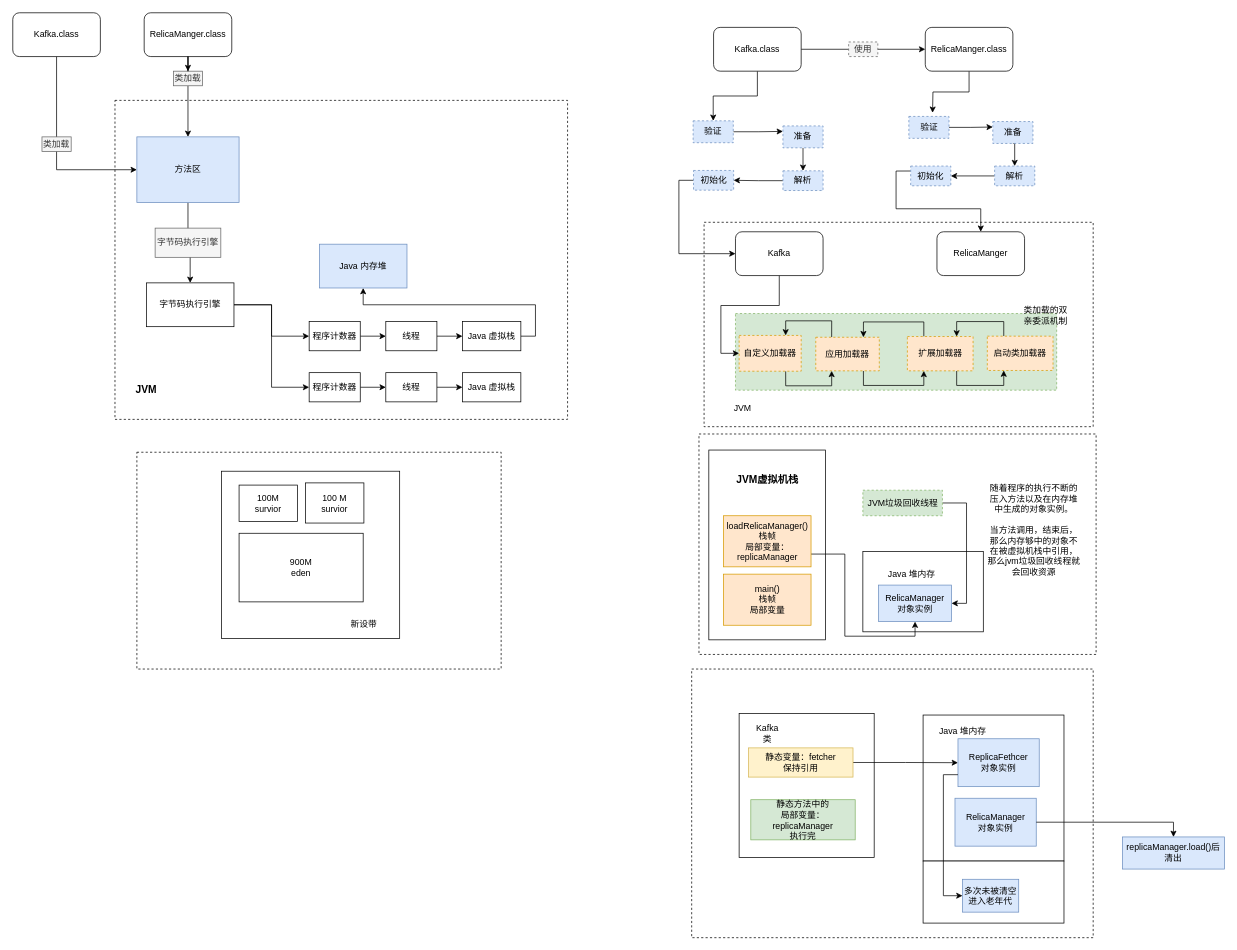
This is JVM_Note.drawio from lzdong0714/note, a draw.io file, before an edit. Source tidied: cells renumbered, new cells numbered last; positions are measured from the earlier drawing's top-left corner, leaving out a move shared by most shapes. Both pictures are drawn from the tidied source at 73%, with x=0, y=0 at pixel (12, 12).
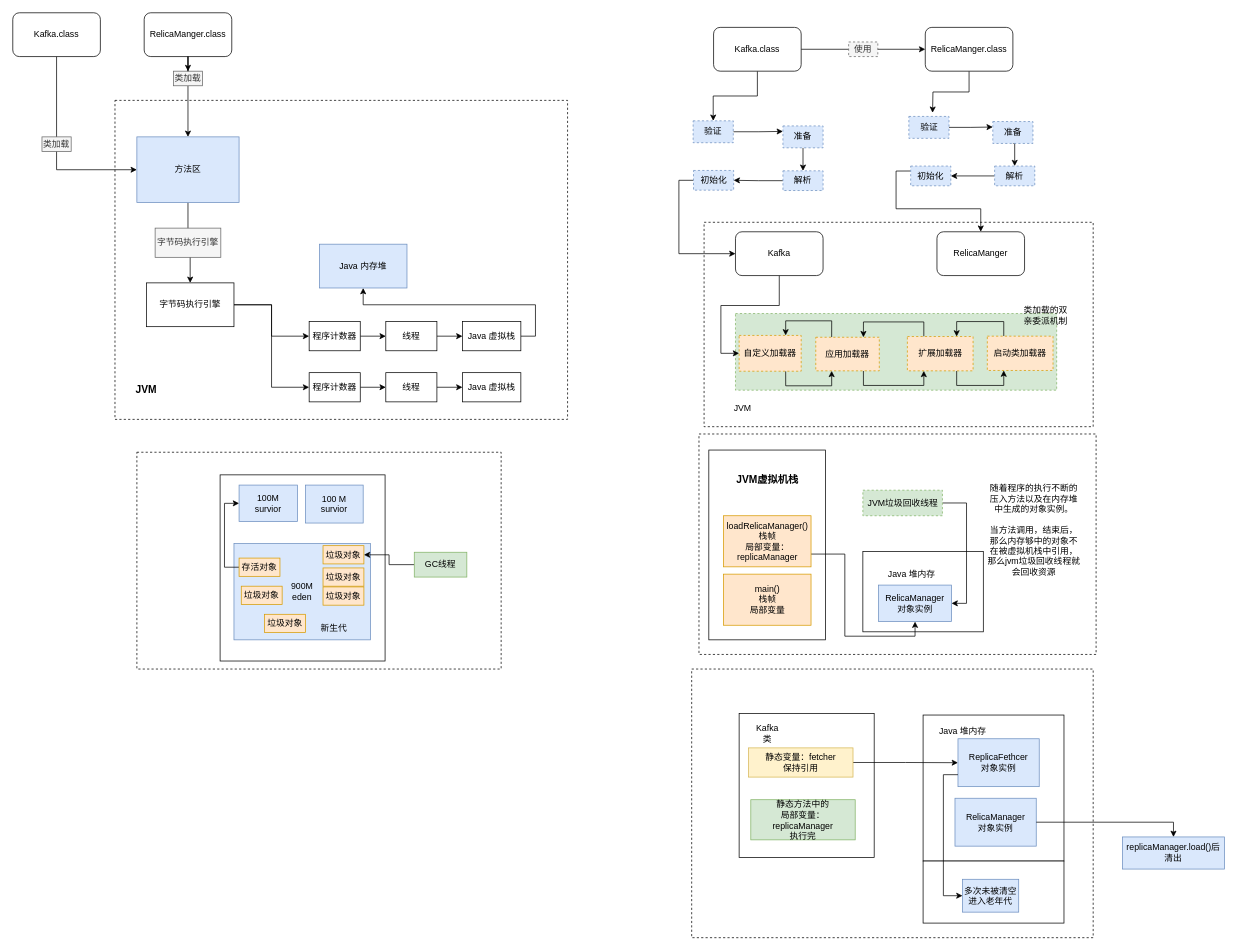
Above is the later version.

Diff of the diagram source:
```diff
@@
     <mxCell id="98" style="rounded=0;whiteSpace=wrap;html=1;" parent="1" vertex="1">
-      <mxGeometry x="286" y="628" width="244" height="229" as="geometry" />
+      <mxGeometry x="284" y="633" width="226" height="255" as="geometry" />
     </mxCell>
-    <mxCell id="99" value="900M&lt;br&gt;eden" style="rounded=0;whiteSpace=wrap;html=1;" parent="1" vertex="1">
-      <mxGeometry x="310" y="713" width="170" height="94" as="geometry" />
+    <mxCell id="99" value="900M&lt;br&gt;eden" style="rounded=0;whiteSpace=wrap;html=1;fillColor=#dae8fc;strokeColor=#6c8ebf;" parent="1" vertex="1">
+      <mxGeometry x="303" y="727" width="187" height="132" as="geometry" />
     </mxCell>
-    <mxCell id="100" value="100M&lt;br&gt;survior" style="rounded=0;whiteSpace=wrap;html=1;" parent="1" vertex="1">
+    <mxCell id="100" value="100M&lt;br&gt;survior" style="rounded=0;whiteSpace=wrap;html=1;fillColor=#dae8fc;strokeColor=#6c8ebf;" parent="1" vertex="1">
       <mxGeometry x="310" y="647" width="80" height="50" as="geometry" />
     </mxCell>
-    <mxCell id="101" value="100 M&lt;br&gt;survior" style="rounded=0;whiteSpace=wrap;html=1;" parent="1" vertex="1">
-      <mxGeometry x="401" y="644" width="80" height="55" as="geometry" />
+    <mxCell id="101" value="100 M&lt;br&gt;survior" style="rounded=0;whiteSpace=wrap;html=1;fillColor=#dae8fc;strokeColor=#6c8ebf;" parent="1" vertex="1">
+      <mxGeometry x="401" y="647" width="79" height="52" as="geometry" />
     </mxCell>
-    <mxCell id="102" value="新设带" style="text;html=1;strokeColor=none;fillColor=none;align=center;verticalAlign=middle;whiteSpace=wrap;rounded=0;" parent="1" vertex="1">
-      <mxGeometry x="461" y="828" width="40" height="20" as="geometry" />
+    <mxCell id="102" value="新生代" style="text;html=1;strokeColor=none;fillColor=none;align=center;verticalAlign=middle;whiteSpace=wrap;rounded=0;" parent="1" vertex="1">
+      <mxGeometry x="419.5" y="834" width="40" height="20" as="geometry" />
     </mxCell>
+    <mxCell id="103" style="edgeStyle=orthogonalEdgeStyle;rounded=0;jettySize=auto;html=1;exitX=0;exitY=0.5;exitDx=0;exitDy=0;entryX=0;entryY=0.5;entryDx=0;entryDy=0;" parent="1" edge="1" source="104" target="100">
+      <mxGeometry relative="1" as="geometry" />
+    </mxCell>
+    <mxCell id="104" value="存活对象" style="rounded=0;whiteSpace=wrap;html=1;fillColor=#ffe6cc;strokeColor=#d79b00;" parent="1" vertex="1">
+      <mxGeometry x="310" y="747" width="56" height="25" as="geometry" />
+    </mxCell>
+    <mxCell id="105" value="垃圾对象" style="rounded=0;whiteSpace=wrap;html=1;fillColor=#ffe6cc;strokeColor=#d79b00;" parent="1" vertex="1">
+      <mxGeometry x="425" y="730" width="56" height="25" as="geometry" />
+    </mxCell>
+    <mxCell id="106" value="垃圾对象" style="rounded=0;whiteSpace=wrap;html=1;fillColor=#ffe6cc;strokeColor=#d79b00;" parent="1" vertex="1">
+      <mxGeometry x="425" y="760.5" width="56" height="25" as="geometry" />
+    </mxCell>
+    <mxCell id="107" value="垃圾对象" style="rounded=0;whiteSpace=wrap;html=1;fillColor=#ffe6cc;strokeColor=#d79b00;" parent="1" vertex="1">
+      <mxGeometry x="425" y="786.5" width="56" height="25" as="geometry" />
+    </mxCell>
+    <mxCell id="108" value="垃圾对象" style="rounded=0;whiteSpace=wrap;html=1;fillColor=#ffe6cc;strokeColor=#d79b00;" parent="1" vertex="1">
+      <mxGeometry x="313" y="785.5" width="56" height="25" as="geometry" />
+    </mxCell>
+    <mxCell id="109" value="垃圾对象" style="rounded=0;whiteSpace=wrap;html=1;fillColor=#ffe6cc;strokeColor=#d79b00;" parent="1" vertex="1">
+      <mxGeometry x="345" y="824" width="56" height="25" as="geometry" />
+    </mxCell>
+    <mxCell id="110" style="edgeStyle=orthogonalEdgeStyle;rounded=0;jettySize=auto;html=1;" parent="1" edge="1" source="111" target="105">
+      <mxGeometry relative="1" as="geometry" />
+    </mxCell>
+    <mxCell id="111" value="GC线程" style="rounded=0;whiteSpace=wrap;html=1;fillColor=#d5e8d4;strokeColor=#82b366;" parent="1" vertex="1">
+      <mxGeometry x="550" y="739" width="72" height="34" as="geometry" />
+    </mxCell>
```
